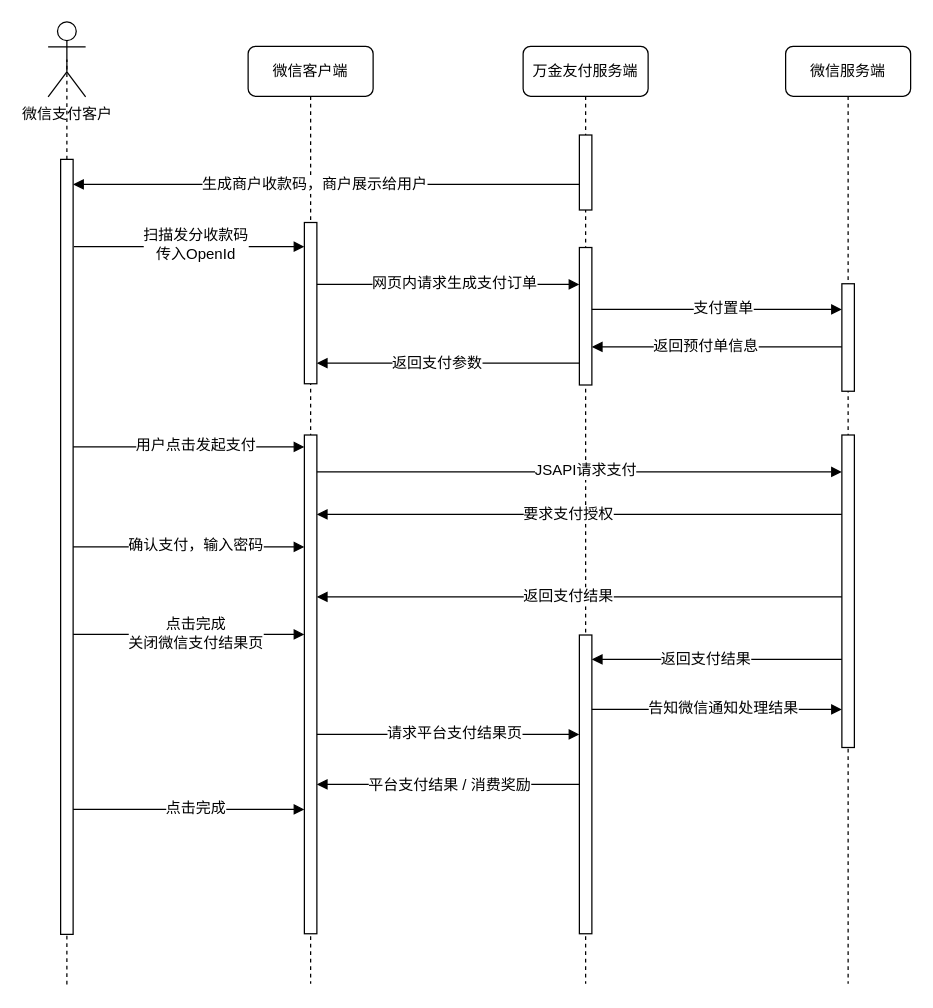
Before: page "场景3-万金友会员支付" (3 of 5) of Untitled Diagram.drawio in firefirefirewood/Hello-World, a draw.io diagram. Source tidied: cells renumbered, new cells numbered last; positions are measured from the earlier drawing's top-left corner, leaving out a move shared by most shapes. Both pictures are drawn from the tidied source at 125%, with x=0, y=0 at pixel (48, 21).
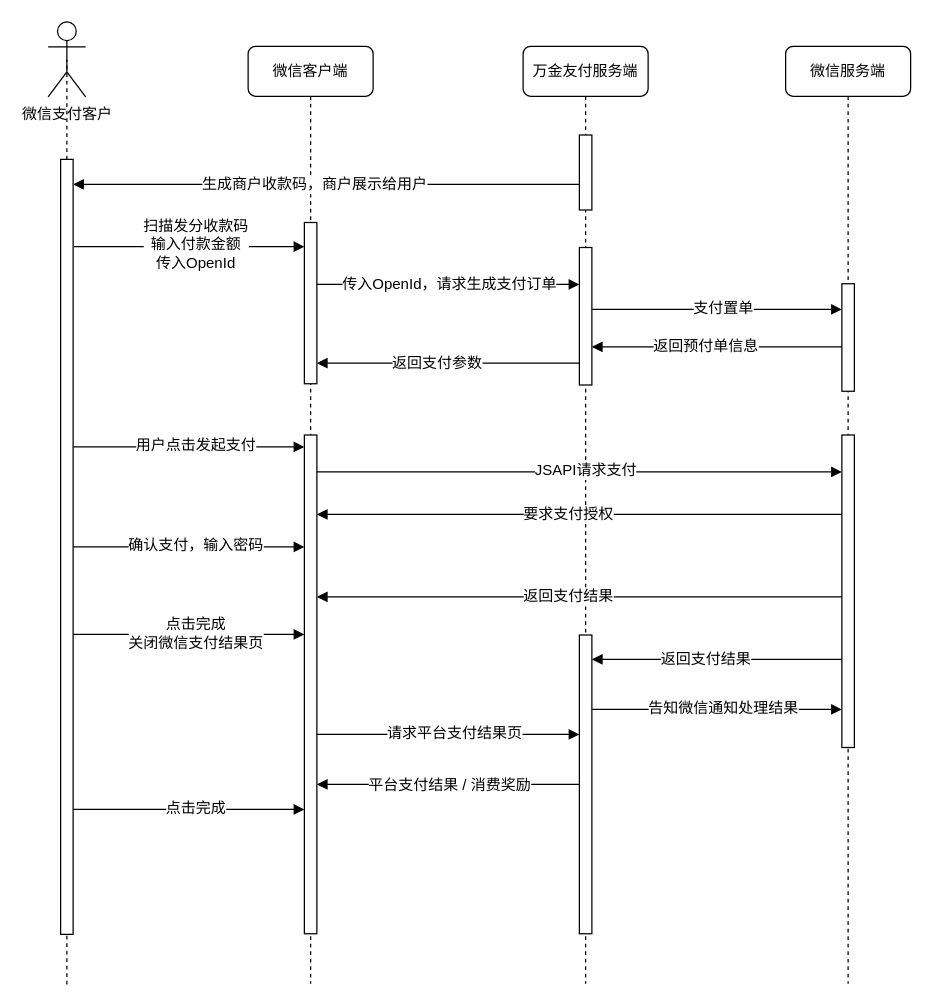
The same page after the edit.

The change refers to these unchanged cells:
```xml
<mxCell id="12" style="html=1;verticalAlign=bottom;endArrow=block;labelBackgroundColor=none;fontFamily=Verdana;fontSize=12;elbow=vertical;exitX=1.059;exitY=0.094;exitDx=0;exitDy=0;exitPerimeter=0;" parent="1" edge="1">
  <mxGeometry relative="1" as="geometry">
    <mxPoint x="20.6" y="179.8" as="sourcePoint" />
    <mxPoint x="205" y="179.8" as="targetPoint" />
  </mxGeometry>
</mxCell>
<mxCell id="19" style="html=1;verticalAlign=bottom;endArrow=block;labelBackgroundColor=none;fontFamily=Verdana;fontSize=12;elbow=vertical;" parent="1" edge="1">
  <mxGeometry relative="1" as="geometry">
    <mxPoint x="215" y="210" as="sourcePoint" />
    <mxPoint x="425" y="210" as="targetPoint" />
  </mxGeometry>
</mxCell>
```

The edit, as a diff of the source:
```diff
@@
-    <mxCell id="13" value="扫描发分收款码&lt;br&gt;传入OpenId" style="text;html=1;align=center;verticalAlign=middle;labelBackgroundColor=#ffffff;" parent="12" vertex="1">
+    <mxCell id="13" value="扫描发分收款码&lt;br&gt;输入付款金额&lt;br&gt;传入OpenId" style="text;html=1;align=center;verticalAlign=middle;labelBackgroundColor=#ffffff;" parent="12" vertex="1">
       <mxGeometry y="-10" relative="1" as="geometry">
         <mxPoint x="4.5" y="-12" as="offset" />
       </mxGeometry>
     </mxCell>
@@
-    <mxCell id="20" value="网页内请求生成支付订单" style="text;html=1;align=center;verticalAlign=middle;labelBackgroundColor=#ffffff;" parent="19" vertex="1">
+    <mxCell id="20" value="传入OpenId，请求生成支付订单" style="text;html=1;align=center;verticalAlign=middle;labelBackgroundColor=#ffffff;" parent="19" vertex="1">
       <mxGeometry y="-10" relative="1" as="geometry">
-        <mxPoint x="4.5" y="-12" as="offset" />
+        <mxPoint y="-10.5" as="offset" />
       </mxGeometry>
     </mxCell>
```
